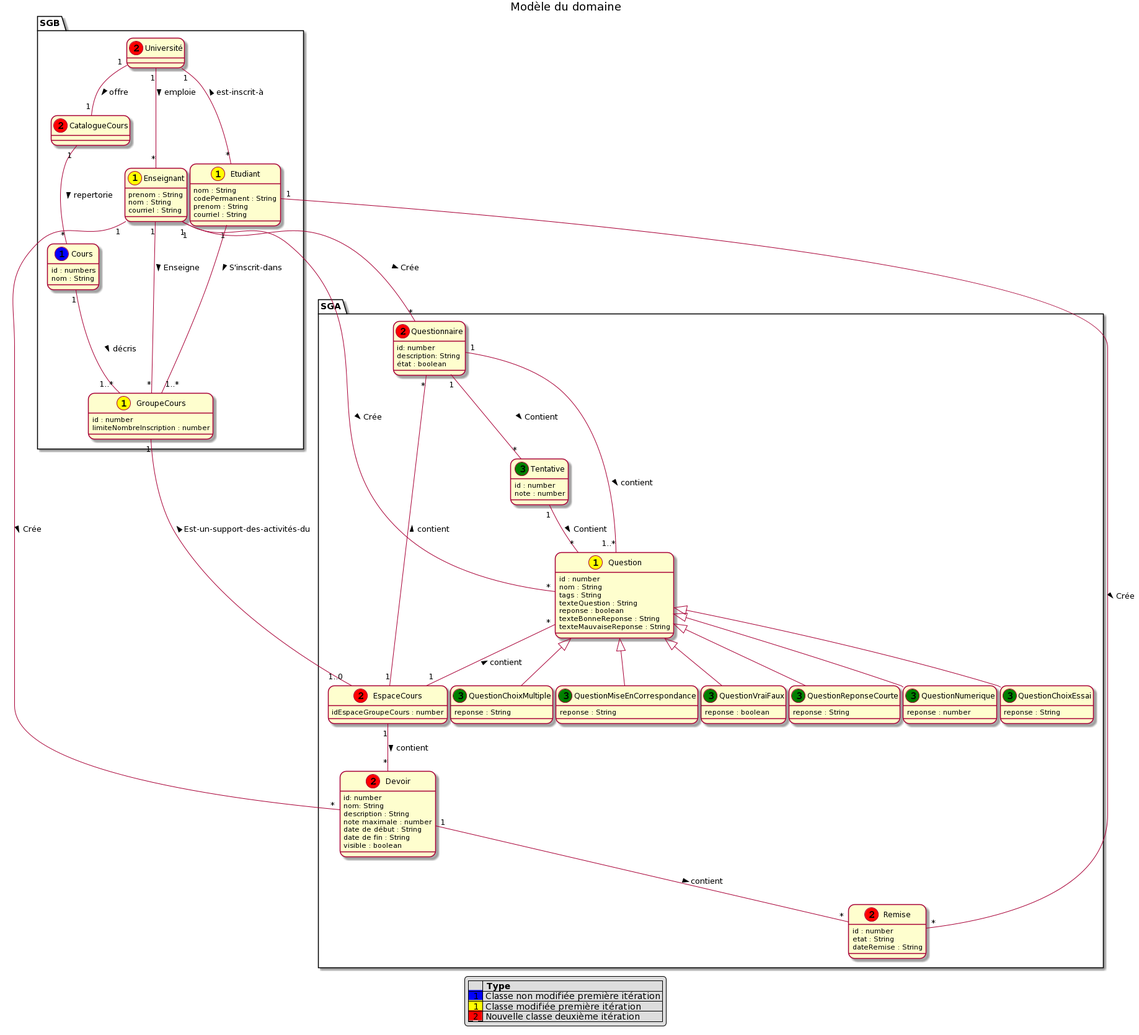
Earlier version of the PlantUML export out/docs/modeles/mdd/MDD.png (nerdz88/SGA-TS).
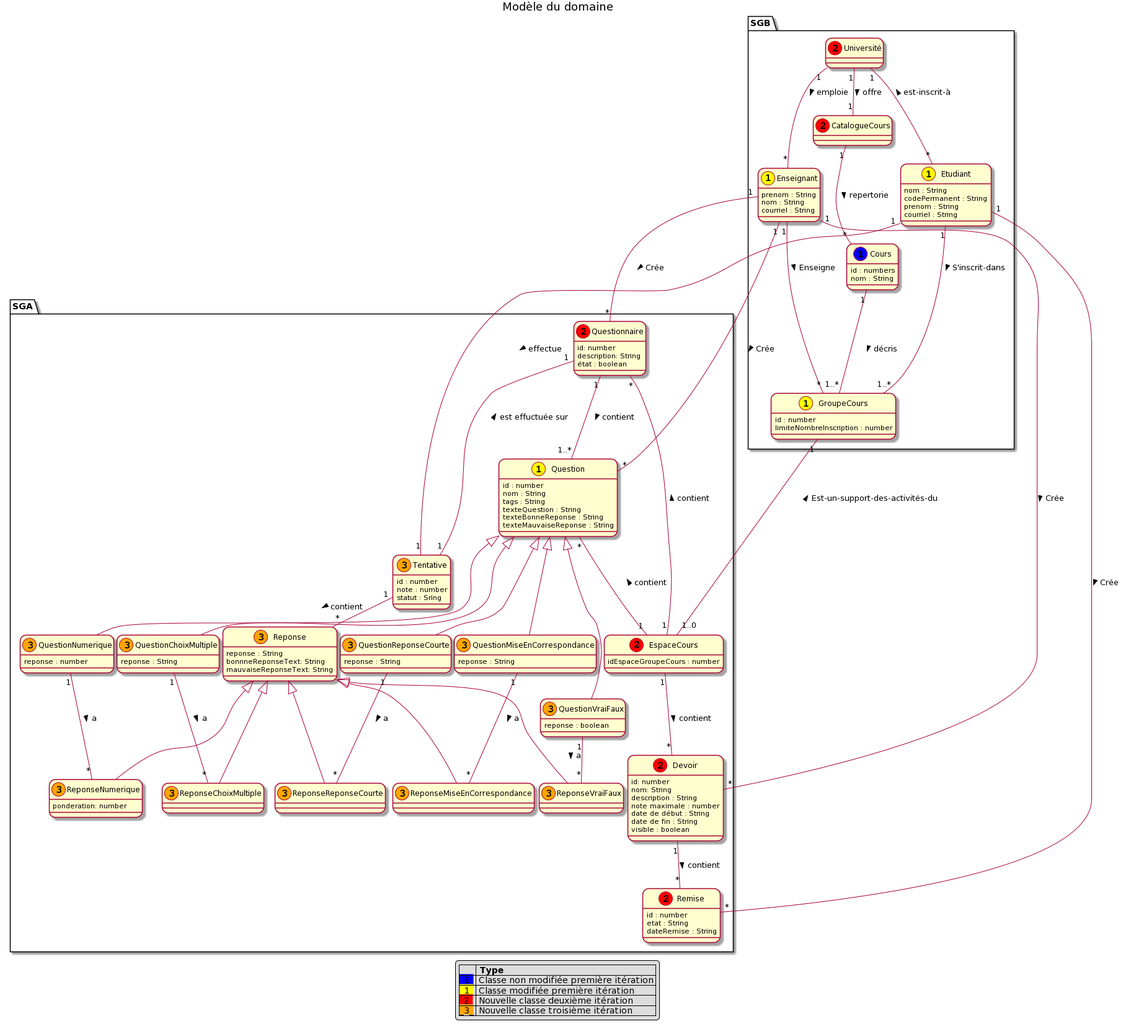
After the change.

What changed in the source:
```diff
@@ -57,7 +57,6 @@
         nom : String
         tags : String
         texteQuestion : String
-        reponse : boolean
         texteBonneReponse : String
         texteMauvaiseReponse : String
     }
@@ -68,36 +67,55 @@
         état : boolean
     }
 
-    class Tentative <<(3, green) >>{
+    class Tentative <<(3, orange) >>{
         id : number
         note : number
+        statut : Sring
     }
 
-    class QuestionChoixMultiple <<(3, green) >> extends Question {
+    class QuestionChoixMultiple <<(3, orange) >> extends Question {
         reponse : String
     }
 
-    class QuestionVraiFaux<<(3, green) >> extends Question {
+    class QuestionVraiFaux<<(3, orange) >> extends Question {
         reponse : boolean
     }
 
-    class QuestionMiseEnCorrespondance<<(3, green) >> extends Question {
+    class QuestionMiseEnCorrespondance<<(3, orange) >> extends Question {
         reponse : String
     }
 
-    class QuestionReponseCourte<<(3, green) >> extends Question {
+    class QuestionReponseCourte<<(3, orange) >> extends Question {
         reponse : String
     }
 
-    class QuestionNumerique<<(3, green) >> extends Question {
+    class QuestionNumerique<<(3, orange) >> extends Question {
         reponse : number
     }
 
-    class QuestionChoixEssai<<(3, green) >> extends Question {
-        reponse : String
-    }
     class EspaceCours << (2,red) >>{
         idEspaceGroupeCours : number
+    }
+    class Reponse << (3,orange) >>{
+        reponse : String
+        bonnneReponseText: String
+        mauvaiseReponseText: String
+    }
+
+    class ReponseChoixMultiple << (3,orange) >> extends Reponse {
+
+    }
+    class ReponseNumerique << (3,orange) >> extends Reponse {
+        ponderation: number
+    }
+    class ReponseVraiFaux << (3,orange) >> extends Reponse {
+
+    }
+    class ReponseMiseEnCorrespondance << (3,orange) >> extends Reponse {
+
+    }
+    class ReponseReponseCourte << (3,orange) >> extends Reponse {
+
     }
 }
 
@@ -118,13 +136,22 @@
 Enseignant "1" -- "*" Question : Crée >
 Enseignant "1" -- "*" Questionnaire : Crée >
 Enseignant "1" -- "*" Devoir : Crée >
-Tentative "1" -- "*" Question : Contient >
-Questionnaire"1" -- "*"Tentative : Contient >
+Questionnaire"1" -- "1"Tentative : est effuctuée sur <
+Etudiant "1" -- "1" Tentative : effectue >
+Tentative "1" - "*" Reponse : contient >
+QuestionVraiFaux "1" - "*" ReponseVraiFaux : a >
+QuestionReponseCourte "1" -- "*" ReponseReponseCourte : a >
+QuestionNumerique "1" -- "*" ReponseNumerique : a >
+QuestionChoixMultiple "1" -- "*" ReponseChoixMultiple : a >
+QuestionMiseEnCorrespondance "1" -- "*" ReponseMiseEnCorrespondance : a >
+
+
 
 legend
 |= |= Type |
 |<back:blue>_1_</back>| Classe non modifiée première itération |
 |<back:yellow>_1_</back>| Classe modifiée première itération |
 |<back:red>_2_</back>| Nouvelle classe deuxième itération |
+|<back:orange>_3_</back> | Nouvelle classe troisième itération |
 endlegend
 @enduml
```
